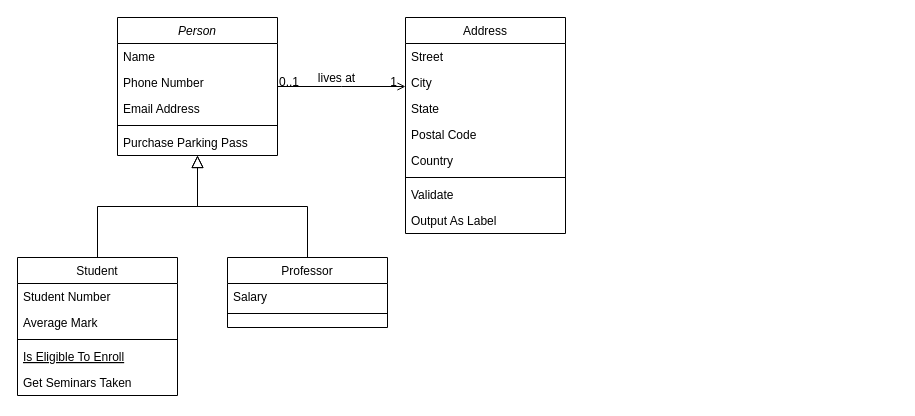
Above: ext/Untitled Diagram.drawio in raeeschaudhary/Coursera_Exams (draw.io), before the change. Source tidied: cells renumbered, new cells numbered last; positions are measured from the earlier drawing's top-left corner, leaving out a move shared by most shapes. Both pictures are drawn from the tidied source at 100%, with x=0, y=0 at pixel (17, 17).
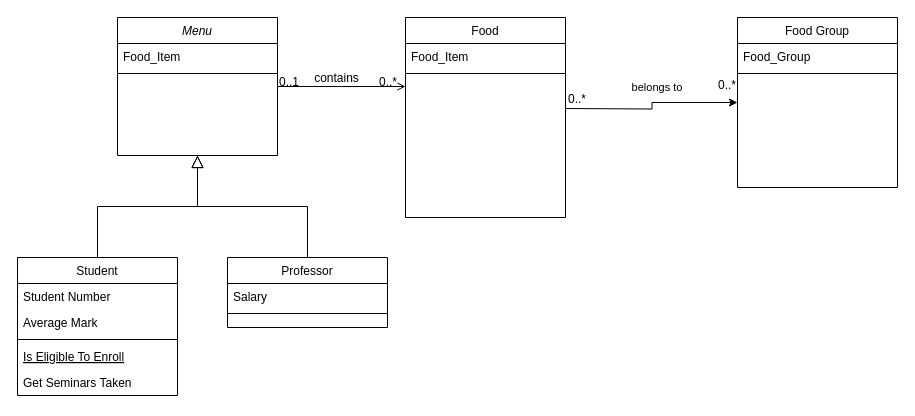
Above is the later version.

The change refers to these unchanged cells:
```xml
<mxCell id="28" style="endArrow=open;shadow=0;strokeWidth=1;rounded=0;endFill=1;edgeStyle=elbowEdgeStyle;elbow=vertical;" parent="1" edge="1" source="2" target="19">
  <mxGeometry x="0.5" y="41" relative="1" as="geometry">
    <mxPoint x="-40" y="32" as="offset" />
  </mxGeometry>
</mxCell>
```

The edit, as a diff of the source:
```diff
@@
-    <mxCell id="2" value="Person" style="swimlane;fontStyle=2;align=center;verticalAlign=top;horizontal=1;startSize=26;rounded=0;shadow=0;strokeWidth=1;" parent="1" vertex="1">
+    <mxCell id="2" value="Menu" style="swimlane;fontStyle=2;align=center;verticalAlign=top;horizontal=1;startSize=26;rounded=0;shadow=0;strokeWidth=1;" parent="1" vertex="1">
       <mxGeometry x="100" width="160" height="138" as="geometry" />
     </mxCell>
-    <mxCell id="3" value="Name" style="text;align=left;verticalAlign=top;spacingLeft=4;spacingRight=4;overflow=hidden;" parent="2" vertex="1">
+    <mxCell id="3" value="Food_Item" style="text;align=left;verticalAlign=top;spacingLeft=4;spacingRight=4;overflow=hidden;" parent="2" vertex="1">
       <mxGeometry y="26" width="160" height="26" as="geometry" />
     </mxCell>
-    <mxCell id="4" value="Phone Number" style="text;align=left;verticalAlign=top;spacingLeft=4;spacingRight=4;overflow=hidden;rounded=0;shadow=0;html=0;" parent="2" vertex="1">
-      <mxGeometry y="52" width="160" height="26" as="geometry" />
-    </mxCell>
-    <mxCell id="5" value="Email Address" style="text;align=left;verticalAlign=top;spacingLeft=4;spacingRight=4;overflow=hidden;rounded=0;shadow=0;html=0;" parent="2" vertex="1">
-      <mxGeometry y="78" width="160" height="26" as="geometry" />
-    </mxCell>
     <mxCell id="6" style="line;html=1;strokeWidth=1;align=left;verticalAlign=middle;spacingTop=-1;spacingLeft=3;spacingRight=3;labelPosition=right;" parent="2" vertex="1">
-      <mxGeometry y="104" width="160" height="8" as="geometry" />
+      <mxGeometry y="52" width="160" height="8" as="geometry" />
     </mxCell>
-    <mxCell id="7" value="Purchase Parking Pass" style="text;align=left;verticalAlign=top;spacingLeft=4;spacingRight=4;overflow=hidden;" parent="2" vertex="1">
-      <mxGeometry y="112" width="160" height="26" as="geometry" />
-    </mxCell>
@@
-    <mxCell id="19" value="Address" style="swimlane;fontStyle=0;align=center;verticalAlign=top;horizontal=1;startSize=26;rounded=0;shadow=0;strokeWidth=1;" parent="1" vertex="1">
-      <mxGeometry x="388" width="160" height="216" as="geometry" />
+    <mxCell id="19" value="Food" style="swimlane;fontStyle=0;align=center;verticalAlign=top;horizontal=1;startSize=26;rounded=0;shadow=0;strokeWidth=1;" parent="1" vertex="1">
+      <mxGeometry x="388" width="160" height="200" as="geometry" />
     </mxCell>
-    <mxCell id="20" value="Street" style="text;align=left;verticalAlign=top;spacingLeft=4;spacingRight=4;overflow=hidden;" parent="19" vertex="1">
+    <mxCell id="20" value="Food_Item" style="text;align=left;verticalAlign=top;spacingLeft=4;spacingRight=4;overflow=hidden;" parent="19" vertex="1">
       <mxGeometry y="26" width="160" height="26" as="geometry" />
     </mxCell>
-    <mxCell id="21" value="City" style="text;align=left;verticalAlign=top;spacingLeft=4;spacingRight=4;overflow=hidden;rounded=0;shadow=0;html=0;" parent="19" vertex="1">
-      <mxGeometry y="52" width="160" height="26" as="geometry" />
-    </mxCell>
-    <mxCell id="22" value="State" style="text;align=left;verticalAlign=top;spacingLeft=4;spacingRight=4;overflow=hidden;rounded=0;shadow=0;html=0;" parent="19" vertex="1">
-      <mxGeometry y="78" width="160" height="26" as="geometry" />
-    </mxCell>
-    <mxCell id="23" value="Postal Code" style="text;align=left;verticalAlign=top;spacingLeft=4;spacingRight=4;overflow=hidden;rounded=0;shadow=0;html=0;" parent="19" vertex="1">
-      <mxGeometry y="104" width="160" height="26" as="geometry" />
-    </mxCell>
-    <mxCell id="24" value="Country" style="text;align=left;verticalAlign=top;spacingLeft=4;spacingRight=4;overflow=hidden;rounded=0;shadow=0;html=0;" parent="19" vertex="1">
-      <mxGeometry y="130" width="160" height="26" as="geometry" />
-    </mxCell>
     <mxCell id="25" style="line;html=1;strokeWidth=1;align=left;verticalAlign=middle;spacingTop=-1;spacingLeft=3;spacingRight=3;labelPosition=right;" parent="19" vertex="1">
-      <mxGeometry y="156" width="160" height="8" as="geometry" />
+      <mxGeometry y="52" width="160" height="8" as="geometry" />
     </mxCell>
-    <mxCell id="26" value="Validate" style="text;align=left;verticalAlign=top;spacingLeft=4;spacingRight=4;overflow=hidden;" parent="19" vertex="1">
-      <mxGeometry y="164" width="160" height="26" as="geometry" />
-    </mxCell>
-    <mxCell id="27" value="Output As Label" style="text;align=left;verticalAlign=top;spacingLeft=4;spacingRight=4;overflow=hidden;" parent="19" vertex="1">
-      <mxGeometry y="190" width="160" height="26" as="geometry" />
-    </mxCell>
@@
-    <mxCell id="30" value="1" style="align=right;verticalAlign=bottom;labelBackgroundColor=none;fontSize=12;" parent="28" vertex="1">
+    <mxCell id="30" value="0..*" style="align=right;verticalAlign=bottom;labelBackgroundColor=none;fontSize=12;" parent="28" vertex="1">
       <mxGeometry x="1" relative="1" as="geometry">
         <mxPoint x="-7" y="4" as="offset" />
       </mxGeometry>
     </mxCell>
-    <mxCell id="31" value="lives at" style="text;html=1;align=center;verticalAlign=middle;labelBackgroundColor=none;rounded=0;shadow=0;strokeWidth=1;fontSize=12;" parent="28" vertex="1">
+    <mxCell id="31" value="contains" style="text;html=1;align=center;verticalAlign=middle;labelBackgroundColor=none;rounded=0;shadow=0;strokeWidth=1;fontSize=12;" parent="28" vertex="1">
       <mxGeometry x="0.5" y="49" relative="1" as="geometry">
         <mxPoint x="-38" y="40" as="offset" />
       </mxGeometry>
     </mxCell>
+    <mxCell id="32" value="Food Group" style="swimlane;fontStyle=0;align=center;verticalAlign=top;horizontal=1;startSize=26;rounded=0;shadow=0;strokeWidth=1;" parent="1" vertex="1">
+      <mxGeometry x="720" width="160" height="170" as="geometry" />
+    </mxCell>
+    <mxCell id="33" value="Food_Group" style="text;align=left;verticalAlign=top;spacingLeft=4;spacingRight=4;overflow=hidden;" parent="32" vertex="1">
+      <mxGeometry y="26" width="160" height="26" as="geometry" />
+    </mxCell>
+    <mxCell id="34" style="line;html=1;strokeWidth=1;align=left;verticalAlign=middle;spacingTop=-1;spacingLeft=3;spacingRight=3;labelPosition=right;" parent="32" vertex="1">
+      <mxGeometry y="52" width="160" height="8" as="geometry" />
+    </mxCell>
+    <mxCell id="35" style="edgeStyle=orthogonalEdgeStyle;rounded=0;jettySize=auto;html=1;exitX=1;exitY=0.5;exitDx=0;exitDy=0;entryX=0;entryY=0.5;entryDx=0;entryDy=0;" parent="1" edge="1" target="32">
+      <mxGeometry relative="1" as="geometry">
+        <mxPoint x="548" y="91" as="sourcePoint" />
+      </mxGeometry>
+    </mxCell>
+    <mxCell id="36" value="belongs to&amp;nbsp;" style="edgeLabel;html=1;align=center;verticalAlign=middle;" parent="35" vertex="1">
+      <mxGeometry x="0.1" y="-4" relative="1" as="geometry">
+        <mxPoint x="1" y="-20" as="offset" />
+      </mxGeometry>
+    </mxCell>
+    <mxCell id="37" value="0..*" style="align=right;verticalAlign=bottom;labelBackgroundColor=none;fontSize=12;" parent="1" vertex="1">
+      <mxGeometry x="570" y="90" as="geometry" />
+    </mxCell>
+    <mxCell id="38" value="0..*" style="align=right;verticalAlign=bottom;labelBackgroundColor=none;fontSize=12;" parent="1" vertex="1">
+      <mxGeometry x="707" y="69" as="geometry">
+        <mxPoint x="13" y="7" as="offset" />
+      </mxGeometry>
+    </mxCell>
```
